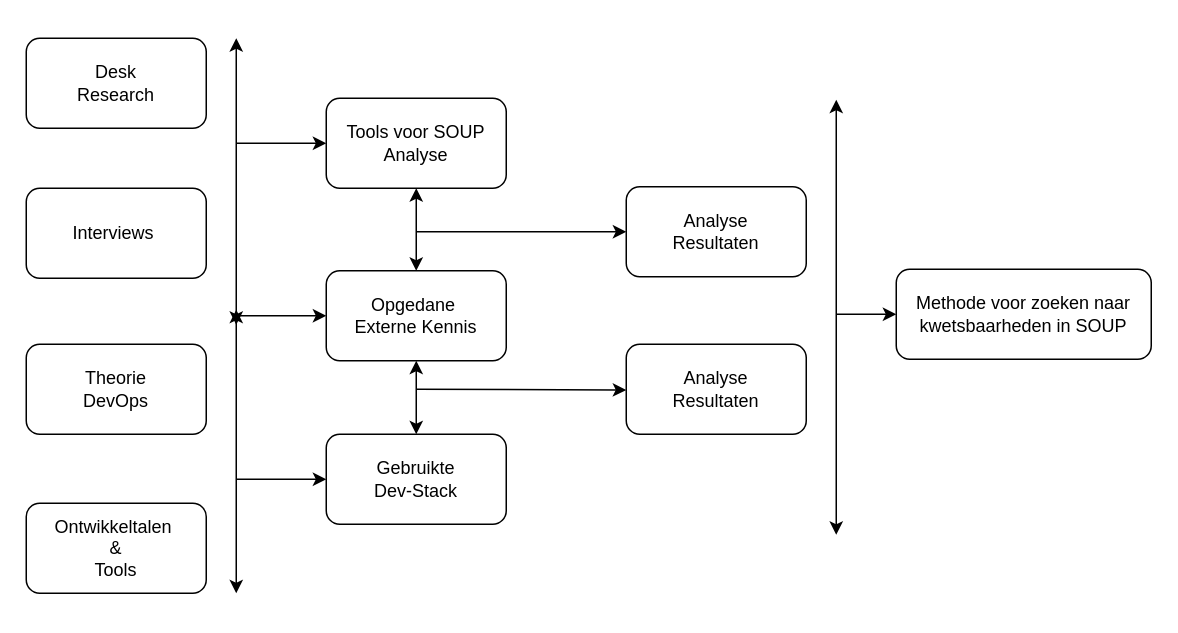
This is page "OndMdlSOUP" (5 of 9) of gfx/verslag graphix.drawio from codefink2020/afstudeerverslag, a draw.io file, before an edit. Source tidied: cells renumbered, new cells numbered last; positions are measured from the earlier drawing's top-left corner, leaving out a move shared by most shapes. Both pictures are drawn from the tidied source at 150%, with x=0, y=0 at pixel (26, 38).
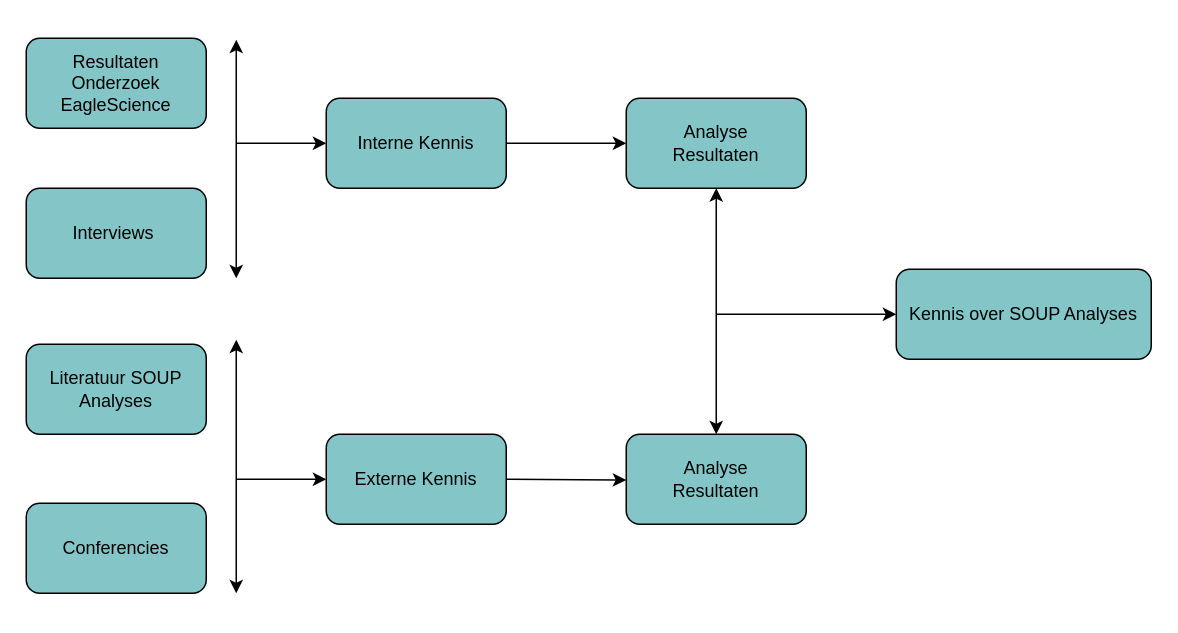
The same diagram, later.

What changed in the source:
```diff
@@
-    <mxCell id="2" value="Desk&lt;br&gt;Research" style="rounded=1;whiteSpace=wrap;html=1;" parent="1" vertex="1">
+    <mxCell id="2" value="Resultaten Onderzoek EagleScience" style="rounded=1;whiteSpace=wrap;html=1;fillColor=#84C6C8;" parent="1" vertex="1">
       <mxGeometry width="120" height="60" as="geometry" />
     </mxCell>
-    <mxCell id="3" value="Interviews&amp;nbsp;" style="rounded=1;whiteSpace=wrap;html=1;" parent="1" vertex="1">
+    <mxCell id="3" value="Interviews&amp;nbsp;" style="rounded=1;whiteSpace=wrap;html=1;fillColor=#84C6C8;" parent="1" vertex="1">
       <mxGeometry y="100" width="120" height="60" as="geometry" />
     </mxCell>
-    <mxCell id="4" value="Theorie &lt;br&gt;DevOps" style="rounded=1;whiteSpace=wrap;html=1;" parent="1" vertex="1">
+    <mxCell id="4" value="Literatuur SOUP Analyses" style="rounded=1;whiteSpace=wrap;html=1;fillColor=#84C6C8;" parent="1" vertex="1">
       <mxGeometry y="204" width="120" height="60" as="geometry" />
     </mxCell>
-    <mxCell id="5" value="Ontwikkeltalen&amp;nbsp;&lt;br&gt;&amp;amp;&lt;br&gt;Tools" style="rounded=1;whiteSpace=wrap;html=1;" parent="1" vertex="1">
+    <mxCell id="5" value="Conferencies" style="rounded=1;whiteSpace=wrap;html=1;fillColor=#84C6C8;" parent="1" vertex="1">
       <mxGeometry y="310" width="120" height="60" as="geometry" />
     </mxCell>
     <mxCell id="6" style="endArrow=classic;startArrow=classic;html=1;" parent="1" edge="1">
       <mxGeometry relative="1" as="geometry">
         <mxPoint x="140" y="370" as="sourcePoint" />
-        <mxPoint x="140" y="181" as="targetPoint" />
+        <mxPoint x="140" y="201" as="targetPoint" />
       </mxGeometry>
     </mxCell>
-    <mxCell id="7" value="Opgedane&amp;nbsp;&lt;br&gt;Externe Kennis" style="rounded=1;whiteSpace=wrap;html=1;" parent="1" vertex="1">
-      <mxGeometry x="200" y="155" width="120" height="60" as="geometry" />
-    </mxCell>
@@
-    <mxCell id="9" value="Methode voor zoeken naar kwetsbaarheden in SOUP" style="rounded=1;whiteSpace=wrap;html=1;" parent="1" vertex="1">
+    <mxCell id="9" value="Kennis over SOUP Analyses" style="rounded=1;whiteSpace=wrap;html=1;fillColor=#84C6C8;" parent="1" vertex="1">
       <mxGeometry x="580" y="154" width="170" height="60" as="geometry" />
     </mxCell>
-    <mxCell id="10" value="Analyse&lt;br&gt;Resultaten" style="rounded=1;whiteSpace=wrap;html=1;" parent="1" vertex="1">
-      <mxGeometry x="400" y="99" width="120" height="60" as="geometry" />
+    <mxCell id="10" value="Analyse&lt;br&gt;Resultaten" style="rounded=1;whiteSpace=wrap;html=1;fillColor=#84C6C8;" parent="1" vertex="1">
+      <mxGeometry x="400" y="40" width="120" height="60" as="geometry" />
     </mxCell>
-    <mxCell id="11" value="Analyse&lt;br&gt;Resultaten" style="rounded=1;whiteSpace=wrap;html=1;" parent="1" vertex="1">
-      <mxGeometry x="400" y="204" width="120" height="60" as="geometry" />
+    <mxCell id="11" value="Analyse&lt;br&gt;Resultaten" style="rounded=1;whiteSpace=wrap;html=1;fillColor=#84C6C8;" parent="1" vertex="1">
+      <mxGeometry x="400" y="264" width="120" height="60" as="geometry" />
     </mxCell>
-    <mxCell id="12" style="endArrow=classic;startArrow=classic;html=1;" parent="1" edge="1">
-      <mxGeometry relative="1" as="geometry">
-        <mxPoint x="540" y="331" as="sourcePoint" />
-        <mxPoint x="540" y="41" as="targetPoint" />
-      </mxGeometry>
+    <mxCell id="12" style="endArrow=classic;startArrow=classic;html=1;exitX=0.5;exitY=0;exitDx=0;exitDy=0;entryX=0.5;entryY=1;entryDx=0;entryDy=0;" parent="1" edge="1" source="11" target="10">
+      <mxGeometry relative="1" as="geometry" />
     </mxCell>
     <mxCell id="13" style="endArrow=classic;html=1;entryX=0;entryY=0.5;entryDx=0;entryDy=0;" parent="1" edge="1">
       <mxGeometry relative="1" as="geometry">
-        <mxPoint x="540" y="184" as="sourcePoint" />
+        <mxPoint x="460" y="184" as="sourcePoint" />
         <mxPoint x="580" y="184" as="targetPoint" />
       </mxGeometry>
     </mxCell>
-    <mxCell id="14" value="Tools voor SOUP&lt;br&gt;Analyse" style="rounded=1;whiteSpace=wrap;html=1;" parent="1" vertex="1">
+    <mxCell id="14" value="Interne Kennis" style="rounded=1;whiteSpace=wrap;html=1;fillColor=#84C6C8;" parent="1" vertex="1">
       <mxGeometry x="200" y="40" width="120" height="60" as="geometry" />
     </mxCell>
-    <mxCell id="15" value="Gebruikte &lt;br&gt;Dev-Stack" style="rounded=1;whiteSpace=wrap;html=1;" parent="1" vertex="1">
+    <mxCell id="15" value="Externe Kennis" style="rounded=1;whiteSpace=wrap;html=1;fillColor=#84C6C8;" parent="1" vertex="1">
       <mxGeometry x="200" y="264" width="120" height="60" as="geometry" />
     </mxCell>
-    <mxCell id="16" style="endArrow=classic;startArrow=classic;html=1;entryX=0.5;entryY=1;entryDx=0;entryDy=0;" parent="1" edge="1" source="7" target="14">
-      <mxGeometry relative="1" as="geometry" />
-    </mxCell>
-    <mxCell id="17" style="endArrow=classic;html=1;entryX=0;entryY=0.5;entryDx=0;entryDy=0;" parent="1" edge="1">
-      <mxGeometry relative="1" as="geometry">
-        <mxPoint x="260" y="129" as="sourcePoint" />
-        <mxPoint x="400" y="129" as="targetPoint" />
-      </mxGeometry>
+    <mxCell id="17" style="endArrow=classic;html=1;entryX=0;entryY=0.5;entryDx=0;entryDy=0;exitX=1;exitY=0.5;exitDx=0;exitDy=0;" parent="1" edge="1" source="14" target="10">
+      <mxGeometry relative="1" as="geometry" />
     </mxCell>
-    <mxCell id="18" style="endArrow=classic;startArrow=classic;html=1;entryX=0.5;entryY=1;entryDx=0;entryDy=0;exitX=0.5;exitY=0;exitDx=0;exitDy=0;" parent="1" edge="1" source="15" target="7">
-      <mxGeometry relative="1" as="geometry" />
-    </mxCell>
-    <mxCell id="19" style="endArrow=classic;html=1;entryX=0;entryY=0.508;entryDx=0;entryDy=0;entryPerimeter=0;" parent="1" edge="1" target="11">
-      <mxGeometry relative="1" as="geometry">
-        <mxPoint x="260" y="234" as="sourcePoint" />
-      </mxGeometry>
+    <mxCell id="19" style="endArrow=classic;html=1;entryX=0;entryY=0.508;entryDx=0;entryDy=0;entryPerimeter=0;exitX=1;exitY=0.5;exitDx=0;exitDy=0;" parent="1" edge="1" source="15" target="11">
+      <mxGeometry relative="1" as="geometry" />
     </mxCell>
-    <mxCell id="20" style="endArrow=classic;startArrow=classic;html=1;" parent="1" edge="1">
-      <mxGeometry relative="1" as="geometry">
-        <mxPoint x="140" y="191" as="sourcePoint" />
-        <mxPoint x="140" as="targetPoint" />
-      </mxGeometry>
-    </mxCell>
-    <mxCell id="21" style="endArrow=classic;html=1;entryX=0;entryY=0.5;entryDx=0;entryDy=0;" parent="1" edge="1" target="14">
-      <mxGeometry relative="1" as="geometry">
-        <mxPoint x="140" y="70" as="sourcePoint" />
-      </mxGeometry>
-    </mxCell>
-    <mxCell id="22" style="endArrow=classic;html=1;entryX=0;entryY=0.5;entryDx=0;entryDy=0;" parent="1" edge="1" target="7">
-      <mxGeometry relative="1" as="geometry">
-        <mxPoint x="140" y="185" as="sourcePoint" />
-      </mxGeometry>
-    </mxCell>
+    <mxCell id="23" style="endArrow=classic;startArrow=classic;html=1;" parent="1" edge="1">
+      <mxGeometry relative="1" as="geometry">
+        <mxPoint x="140" y="160" as="sourcePoint" />
+        <mxPoint x="140" y="1" as="targetPoint" />
+      </mxGeometry>
+    </mxCell>
+    <mxCell id="24" style="endArrow=classic;html=1;entryX=0;entryY=0.5;entryDx=0;entryDy=0;" parent="1" edge="1" target="14">
+      <mxGeometry relative="1" as="geometry">
+        <mxPoint x="140" y="70" as="sourcePoint" />
+      </mxGeometry>
+    </mxCell>
```
